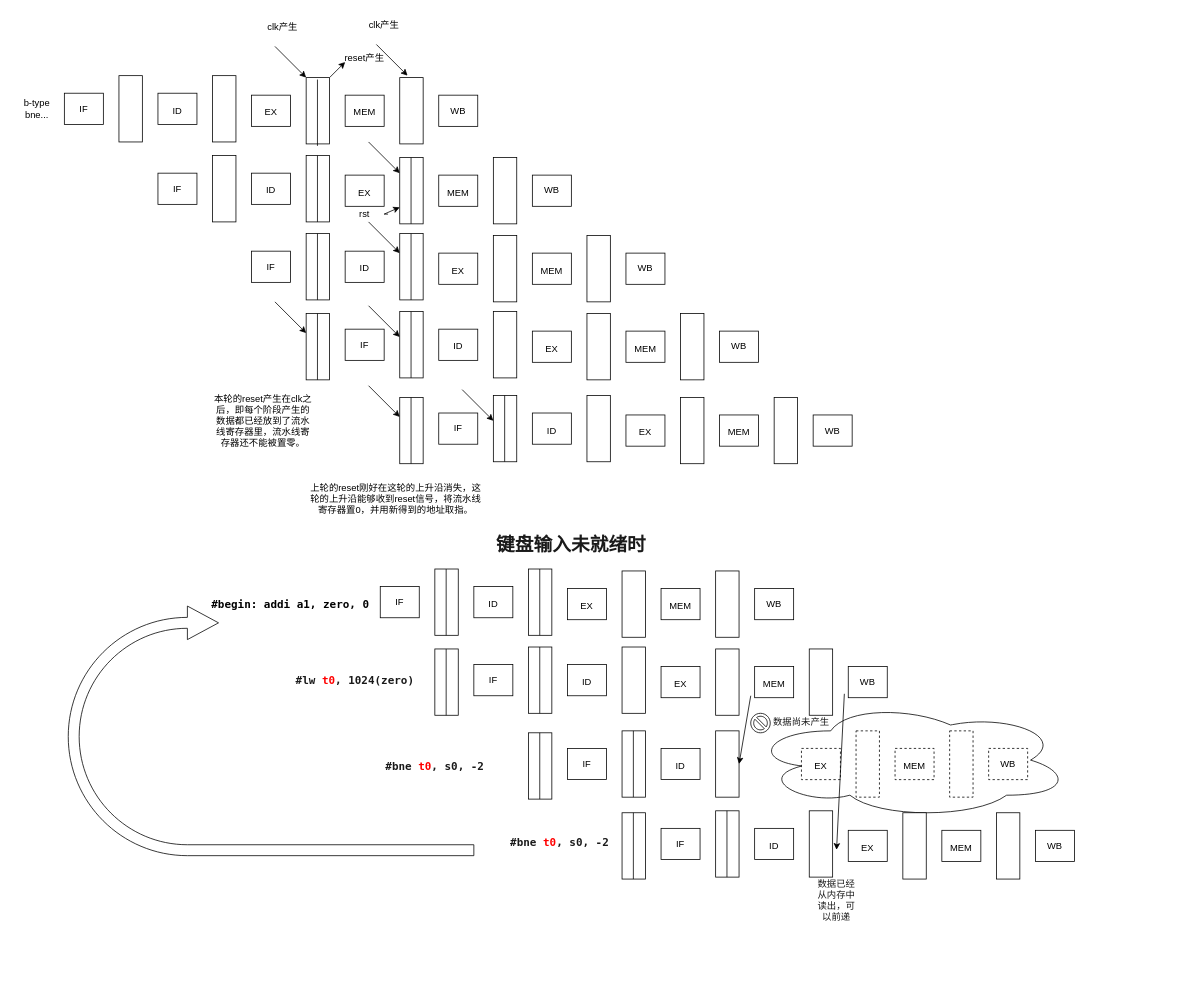
The draw.io diagram page "第 1 页" (1 of 5) of drawio/一些解释.drawio in zybzzz/RISCVFirebird, before the edit. Source tidied: cells renumbered, new cells numbered last; positions are measured from the earlier drawing's top-left corner, leaving out a move shared by most shapes. Both pictures are drawn from the tidied source at 78%, with x=0, y=0 at pixel (13, 13).
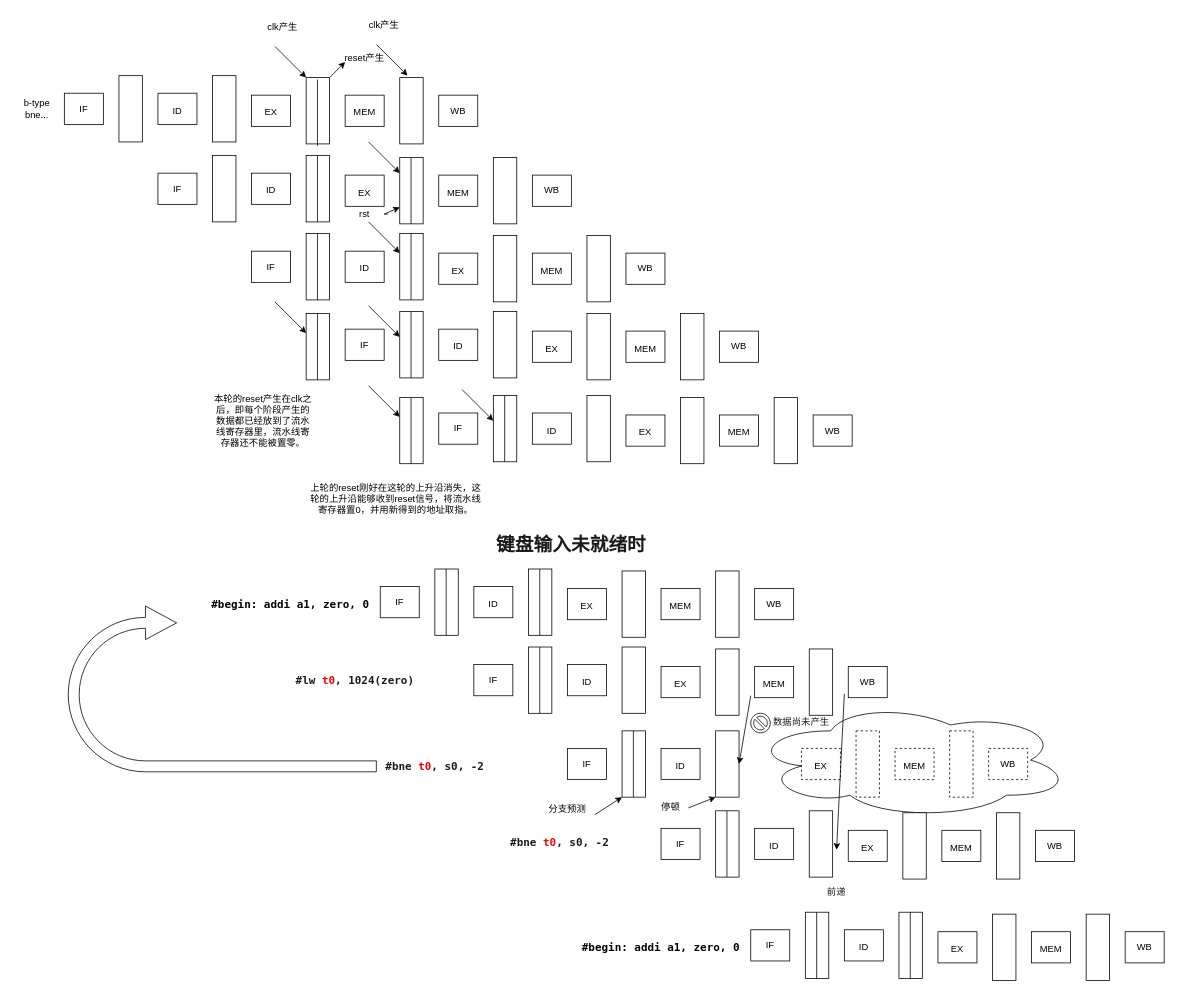
The same page after the edit.

Unchanged cells that the change refers to:
```xml
<mxCell id="132" style="rounded=0;whiteSpace=wrap;html=1;" parent="1" vertex="1">
  <mxGeometry x="780" y="919.5" width="30" height="85" as="geometry" />
</mxCell>
<mxCell id="134" style="rounded=0;whiteSpace=wrap;html=1;" parent="1" vertex="1">
  <mxGeometry x="900" y="919.5" width="30" height="85" as="geometry" />
</mxCell>
```

Change to the diagram source:
```diff
@@
-    <mxCell id="146" style="rounded=0;whiteSpace=wrap;html=1;" parent="1" vertex="1">
-      <mxGeometry x="660" y="922" width="30" height="85" as="geometry" />
-    </mxCell>
-    <mxCell id="147" style="endArrow=none;html=1;rounded=0;entryX=0.5;entryY=0;entryDx=0;entryDy=0;exitX=0.5;exitY=1;exitDx=0;exitDy=0;" parent="1" edge="1">
-      <mxGeometry relative="1" as="geometry">
-        <mxPoint x="674.5" y="1007" as="sourcePoint" />
-        <mxPoint x="674.5" y="922" as="targetPoint" />
-      </mxGeometry>
-    </mxCell>
@@
-    <mxCell id="149" style="rounded=0;whiteSpace=wrap;html=1;" parent="1" vertex="1">
-      <mxGeometry x="540" y="814.5" width="30" height="85" as="geometry" />
-    </mxCell>
-    <mxCell id="150" style="endArrow=none;html=1;rounded=0;entryX=0.5;entryY=0;entryDx=0;entryDy=0;exitX=0.5;exitY=1;exitDx=0;exitDy=0;" parent="1" edge="1">
-      <mxGeometry relative="1" as="geometry">
-        <mxPoint x="554.5" y="899.5" as="sourcePoint" />
-        <mxPoint x="554.5" y="814.5" as="targetPoint" />
-      </mxGeometry>
-    </mxCell>
@@
-    <mxCell id="166" style="rounded=0;whiteSpace=wrap;html=1;" parent="1" vertex="1">
-      <mxGeometry x="780" y="1024.5" width="30" height="85" as="geometry" />
-    </mxCell>
-    <mxCell id="167" style="endArrow=none;html=1;rounded=0;entryX=0.5;entryY=0;entryDx=0;entryDy=0;exitX=0.5;exitY=1;exitDx=0;exitDy=0;" parent="1" edge="1">
-      <mxGeometry relative="1" as="geometry">
-        <mxPoint x="794.5" y="1109.5" as="sourcePoint" />
-        <mxPoint x="794.5" y="1024.5" as="targetPoint" />
-      </mxGeometry>
-    </mxCell>
@@
-    <mxCell id="176" value="数据已经从内存中读出，可以前递" style="text;html=1;strokeColor=none;fillColor=none;align=center;verticalAlign=middle;whiteSpace=wrap;rounded=0;labelBackgroundColor=#FFFFFF;fontFamily=Helvetica;fontSize=12;fontColor=#1A1A1A;" parent="1" vertex="1">
-      <mxGeometry x="1025" y="1122" width="60" height="30" as="geometry" />
+    <mxCell id="176" value="前递" style="text;html=1;strokeColor=none;fillColor=none;align=center;verticalAlign=middle;whiteSpace=wrap;rounded=0;labelBackgroundColor=#FFFFFF;fontFamily=Helvetica;fontSize=12;fontColor=#1A1A1A;" parent="1" vertex="1">
+      <mxGeometry x="1025" y="1112" width="60" height="30" as="geometry" />
     </mxCell>
     <mxCell id="177" style="html=1;shadow=0;dashed=0;align=center;verticalAlign=middle;shape=mxgraph.arrows2.uTurnArrow;dy=7;arrowHead=43;dx2=39.92;rounded=0;labelBackgroundColor=#FFFFFF;fontFamily=Helvetica;fontSize=12;fontColor=#1A1A1A;fillColor=none;gradientColor=none;" parent="1" vertex="1">
-      <mxGeometry x="70" y="759.5" width="520" height="320" as="geometry" />
+      <mxGeometry x="70" y="759.5" width="395" height="212.5" as="geometry" />
     </mxCell>
@@
+    <mxCell id="179" value="分支预测" style="text;html=1;strokeColor=none;fillColor=none;align=center;verticalAlign=middle;whiteSpace=wrap;rounded=0;" parent="1" vertex="1">
+      <mxGeometry x="675" y="1004.5" width="70" height="30" as="geometry" />
+    </mxCell>
+    <mxCell id="180" style="endArrow=classic;html=1;rounded=0;exitX=1;exitY=0.75;exitDx=0;exitDy=0;entryX=0;entryY=1;entryDx=0;entryDy=0;" parent="1" edge="1" source="179" target="132">
+      <mxGeometry relative="1" as="geometry" />
+    </mxCell>
+    <mxCell id="181" value="停顿" style="text;html=1;strokeColor=none;fillColor=none;align=center;verticalAlign=middle;whiteSpace=wrap;rounded=0;" parent="1" vertex="1">
+      <mxGeometry x="820" y="1004.5" width="45" height="27.5" as="geometry" />
+    </mxCell>
+    <mxCell id="182" style="endArrow=classic;html=1;rounded=0;exitX=1;exitY=0.5;exitDx=0;exitDy=0;entryX=0;entryY=1;entryDx=0;entryDy=0;" parent="1" edge="1" source="181" target="134">
+      <mxGeometry relative="1" as="geometry" />
+    </mxCell>
+    <mxCell id="183" style="rounded=0;whiteSpace=wrap;html=1;" parent="1" vertex="1">
+      <mxGeometry x="945" y="1174.5" width="50" height="40" as="geometry" />
+    </mxCell>
+    <mxCell id="184" style="rounded=0;whiteSpace=wrap;html=1;" parent="1" vertex="1">
+      <mxGeometry x="1015" y="1152" width="30" height="85" as="geometry" />
+    </mxCell>
+    <mxCell id="185" style="rounded=0;whiteSpace=wrap;html=1;" parent="1" vertex="1">
+      <mxGeometry x="1065" y="1174.5" width="50" height="40" as="geometry" />
+    </mxCell>
+    <mxCell id="186" style="rounded=0;whiteSpace=wrap;html=1;" parent="1" vertex="1">
+      <mxGeometry x="1135" y="1152" width="30" height="85" as="geometry" />
+    </mxCell>
+    <mxCell id="187" style="rounded=0;whiteSpace=wrap;html=1;" parent="1" vertex="1">
+      <mxGeometry x="1185" y="1177" width="50" height="40" as="geometry" />
+    </mxCell>
+    <mxCell id="188" style="rounded=0;whiteSpace=wrap;html=1;" parent="1" vertex="1">
+      <mxGeometry x="1255" y="1154.5" width="30" height="85" as="geometry" />
+    </mxCell>
+    <mxCell id="189" style="rounded=0;whiteSpace=wrap;html=1;" parent="1" vertex="1">
+      <mxGeometry x="1305" y="1177" width="50" height="40" as="geometry" />
+    </mxCell>
+    <mxCell id="190" style="rounded=0;whiteSpace=wrap;html=1;" parent="1" vertex="1">
+      <mxGeometry x="1375" y="1154.5" width="30" height="85" as="geometry" />
+    </mxCell>
+    <mxCell id="191" style="rounded=0;whiteSpace=wrap;html=1;" parent="1" vertex="1">
+      <mxGeometry x="1425" y="1177" width="50" height="40" as="geometry" />
+    </mxCell>
+    <mxCell id="192" value="IF" style="text;html=1;strokeColor=none;fillColor=none;align=center;verticalAlign=middle;whiteSpace=wrap;rounded=0;" parent="1" vertex="1">
+      <mxGeometry x="940" y="1179.5" width="60" height="30" as="geometry" />
+    </mxCell>
+    <mxCell id="193" value="ID" style="text;html=1;strokeColor=none;fillColor=none;align=center;verticalAlign=middle;whiteSpace=wrap;rounded=0;" parent="1" vertex="1">
+      <mxGeometry x="1060" y="1182" width="60" height="30" as="geometry" />
+    </mxCell>
+    <mxCell id="194" value="EX" style="text;html=1;strokeColor=none;fillColor=none;align=center;verticalAlign=middle;whiteSpace=wrap;rounded=0;" parent="1" vertex="1">
+      <mxGeometry x="1180" y="1184.5" width="60" height="30" as="geometry" />
+    </mxCell>
+    <mxCell id="195" value="MEM" style="text;html=1;strokeColor=none;fillColor=none;align=center;verticalAlign=middle;whiteSpace=wrap;rounded=0;" parent="1" vertex="1">
+      <mxGeometry x="1300" y="1184.5" width="60" height="30" as="geometry" />
+    </mxCell>
+    <mxCell id="196" value="WB" style="text;html=1;strokeColor=none;fillColor=none;align=center;verticalAlign=middle;whiteSpace=wrap;rounded=0;" parent="1" vertex="1">
+      <mxGeometry x="1420" y="1182" width="60" height="30" as="geometry" />
+    </mxCell>
+    <mxCell id="197" style="endArrow=none;html=1;rounded=0;entryX=0.5;entryY=0;entryDx=0;entryDy=0;exitX=0.5;exitY=1;exitDx=0;exitDy=0;" parent="1" edge="1">
+      <mxGeometry relative="1" as="geometry">
+        <mxPoint x="1149.5" y="1237" as="sourcePoint" />
+        <mxPoint x="1149.5" y="1152" as="targetPoint" />
+      </mxGeometry>
+    </mxCell>
+    <mxCell id="198" style="endArrow=none;html=1;rounded=0;entryX=0.5;entryY=0;entryDx=0;entryDy=0;exitX=0.5;exitY=1;exitDx=0;exitDy=0;" parent="1" edge="1">
+      <mxGeometry relative="1" as="geometry">
+        <mxPoint x="1029.5" y="1237" as="sourcePoint" />
+        <mxPoint x="1029.5" y="1152" as="targetPoint" />
+      </mxGeometry>
+    </mxCell>
+    <mxCell id="199" value="&lt;span style=&quot;font-family: &amp;#34;menlo&amp;#34; , &amp;#34;monaco&amp;#34; , &amp;#34;courier new&amp;#34; , monospace ; font-size: 14px&quot;&gt;&lt;b&gt;#begin: addi a1, zero, 0&lt;/b&gt;&lt;/span&gt;" style="text;html=1;strokeColor=none;fillColor=none;align=center;verticalAlign=middle;whiteSpace=wrap;rounded=0;" parent="1" vertex="1">
+      <mxGeometry x="715" y="1157" width="230" height="80" as="geometry" />
+    </mxCell>
```
